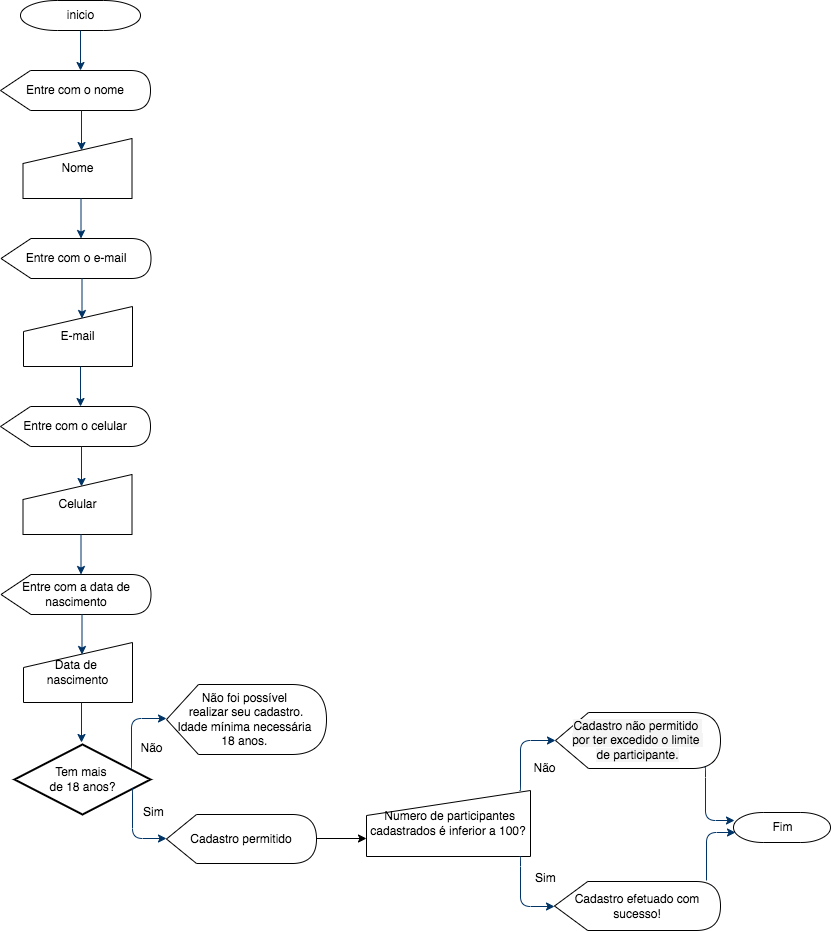
The draw.io diagram Fluxograma.png in AnaCastros2/PFS_T17_PFE_T11, before a commit. Source tidied: cells renumbered, new cells last; positions are measured from the earlier drawing's top-left corner, leaving out a move shared by most shapes.
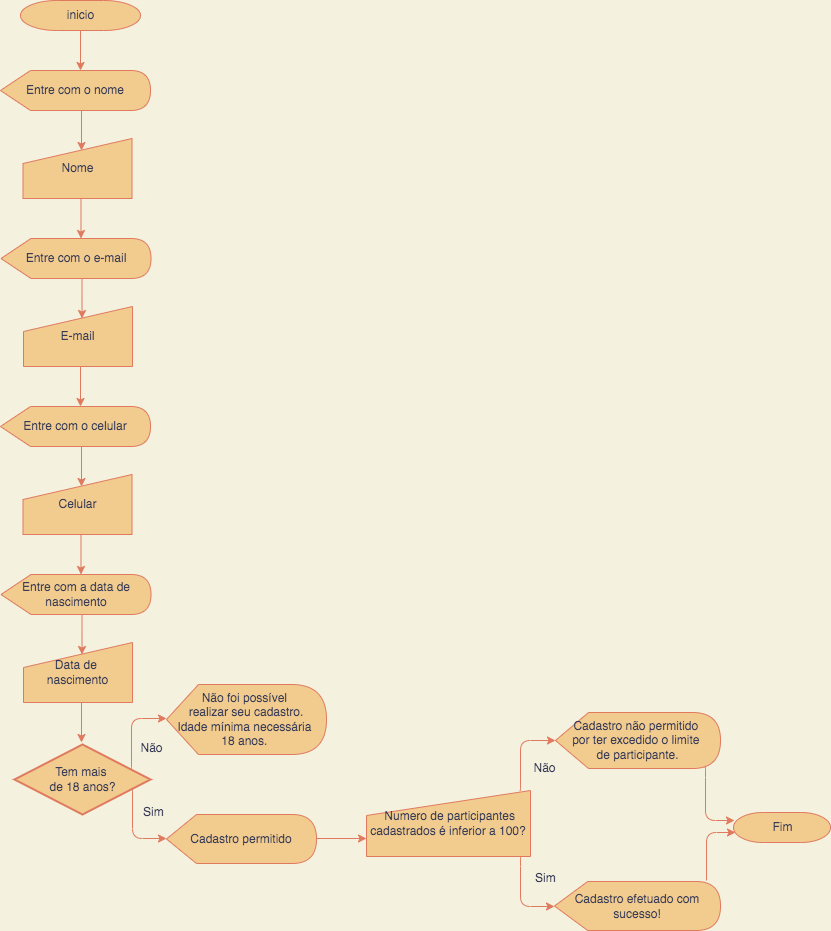
The same file after the commit.

The edit, as a diff of the source:
```diff
@@ -1,94 +1,94 @@
-<mxGraphModel>
+<mxGraphModel background="#F4F1DE">
   <root>
     <mxCell id="0" />
     <mxCell id="1" parent="0" />
-    <mxCell id="2" value="inicio" style="shape=mxgraph.flowchart.terminator;strokeWidth=1;gradientColor=none;gradientDirection=north;fontStyle=0;html=1;" parent="1" vertex="1">
+    <mxCell id="2" value="inicio" style="shape=mxgraph.flowchart.terminator;strokeWidth=1;gradientDirection=north;fontStyle=0;html=1;fillColor=#F2CC8F;strokeColor=#E07A5F;fontColor=#393C56;" parent="1" vertex="1">
       <mxGeometry x="20" width="120" height="30" as="geometry" />
     </mxCell>
-    <mxCell id="3" value="Tem mais &lt;br&gt;de 18 anos?" style="shape=mxgraph.flowchart.decision;strokeWidth=2;gradientColor=none;gradientDirection=north;fontStyle=0;html=1;" parent="1" vertex="1">
+    <mxCell id="3" value="Tem mais &lt;br&gt;de 18 anos?" style="shape=mxgraph.flowchart.decision;strokeWidth=2;gradientDirection=north;fontStyle=0;html=1;fillColor=#F2CC8F;strokeColor=#E07A5F;fontColor=#393C56;" parent="1" vertex="1">
       <mxGeometry x="14" y="744" width="136" height="70" as="geometry" />
     </mxCell>
-    <mxCell id="4" style="fontStyle=1;strokeColor=#003366;strokeWidth=1;html=1;" parent="1" edge="1" source="2">
+    <mxCell id="4" style="fontStyle=1;strokeColor=#E07A5F;strokeWidth=1;html=1;fontColor=#393C56;labelBackgroundColor=#F4F1DE;" parent="1" edge="1" source="2">
       <mxGeometry relative="1" as="geometry">
         <mxPoint x="80" y="70" as="targetPoint" />
       </mxGeometry>
     </mxCell>
-    <mxCell id="5" value="Sim" style="text;fontStyle=0;html=1;strokeColor=none;gradientColor=none;fillColor=none;strokeWidth=2;" parent="1" vertex="1">
+    <mxCell id="5" value="Sim" style="text;fontStyle=0;html=1;strokeColor=none;fillColor=none;strokeWidth=2;fontColor=#393C56;" parent="1" vertex="1">
       <mxGeometry x="141" y="798" width="40" height="26" as="geometry" />
     </mxCell>
-    <mxCell id="6" value="Não" style="text;fontStyle=0;html=1;strokeColor=none;gradientColor=none;fillColor=none;strokeWidth=2;align=center;" parent="1" vertex="1">
+    <mxCell id="6" value="Não" style="text;fontStyle=0;html=1;strokeColor=none;fillColor=none;strokeWidth=2;align=center;fontColor=#393C56;" parent="1" vertex="1">
       <mxGeometry x="131" y="734" width="40" height="26" as="geometry" />
     </mxCell>
-    <mxCell id="7" value="Entre com o nome" style="shape=display;whiteSpace=wrap;html=1;size=0.2;" parent="1" vertex="1">
+    <mxCell id="7" value="Entre com o nome" style="shape=display;whiteSpace=wrap;html=1;size=0.2;fillColor=#F2CC8F;strokeColor=#E07A5F;fontColor=#393C56;" parent="1" vertex="1">
       <mxGeometry y="70" width="150" height="40" as="geometry" />
     </mxCell>
-    <mxCell id="8" value="Nome" style="shape=manualInput;whiteSpace=wrap;html=1;size=25;" parent="1" vertex="1">
+    <mxCell id="8" value="Nome" style="shape=manualInput;whiteSpace=wrap;html=1;size=25;fillColor=#F2CC8F;strokeColor=#E07A5F;fontColor=#393C56;" parent="1" vertex="1">
       <mxGeometry x="22.5" y="138" width="109" height="60" as="geometry" />
     </mxCell>
-    <mxCell id="9" style="fontStyle=1;strokeColor=#003366;strokeWidth=1;html=1;" parent="1" edge="1">
+    <mxCell id="9" style="fontStyle=1;strokeColor=#E07A5F;strokeWidth=1;html=1;fontColor=#393C56;labelBackgroundColor=#F4F1DE;" parent="1" edge="1">
       <mxGeometry relative="1" as="geometry">
         <mxPoint x="81" y="110" as="sourcePoint" />
         <mxPoint x="81" y="150" as="targetPoint" />
       </mxGeometry>
     </mxCell>
-    <mxCell id="10" style="fontStyle=1;strokeColor=#003366;strokeWidth=1;html=1;" parent="1" edge="1">
+    <mxCell id="10" style="fontStyle=1;strokeColor=#E07A5F;strokeWidth=1;html=1;fontColor=#393C56;labelBackgroundColor=#F4F1DE;" parent="1" edge="1">
       <mxGeometry relative="1" as="geometry">
         <mxPoint x="80.5" y="198" as="sourcePoint" />
         <mxPoint x="80.5" y="238" as="targetPoint" />
       </mxGeometry>
     </mxCell>
-    <mxCell id="11" value="Entre com o e-mail" style="shape=display;whiteSpace=wrap;html=1;size=0.2;" parent="1" vertex="1">
+    <mxCell id="11" value="Entre com o e-mail" style="shape=display;whiteSpace=wrap;html=1;size=0.2;fillColor=#F2CC8F;strokeColor=#E07A5F;fontColor=#393C56;" parent="1" vertex="1">
       <mxGeometry x="0.5" y="238" width="150" height="40" as="geometry" />
     </mxCell>
-    <mxCell id="12" value="E-mail" style="shape=manualInput;whiteSpace=wrap;html=1;size=25;" parent="1" vertex="1">
+    <mxCell id="12" value="E-mail" style="shape=manualInput;whiteSpace=wrap;html=1;size=25;fillColor=#F2CC8F;strokeColor=#E07A5F;fontColor=#393C56;" parent="1" vertex="1">
       <mxGeometry x="23" y="306" width="109" height="60" as="geometry" />
     </mxCell>
-    <mxCell id="13" style="fontStyle=1;strokeColor=#003366;strokeWidth=1;html=1;" parent="1" edge="1">
+    <mxCell id="13" style="fontStyle=1;strokeColor=#E07A5F;strokeWidth=1;html=1;fontColor=#393C56;labelBackgroundColor=#F4F1DE;" parent="1" edge="1">
       <mxGeometry relative="1" as="geometry">
         <mxPoint x="81.5" y="278" as="sourcePoint" />
         <mxPoint x="81.5" y="318" as="targetPoint" />
       </mxGeometry>
     </mxCell>
-    <mxCell id="14" style="fontStyle=1;strokeColor=#003366;strokeWidth=1;html=1;" parent="1" edge="1">
+    <mxCell id="14" style="fontStyle=1;strokeColor=#E07A5F;strokeWidth=1;html=1;fontColor=#393C56;labelBackgroundColor=#F4F1DE;" parent="1" edge="1">
       <mxGeometry relative="1" as="geometry">
         <mxPoint x="80" y="366" as="sourcePoint" />
         <mxPoint x="80" y="406" as="targetPoint" />
       </mxGeometry>
     </mxCell>
-    <mxCell id="15" value="Entre com o celular" style="shape=display;whiteSpace=wrap;html=1;size=0.2;" parent="1" vertex="1">
+    <mxCell id="15" value="Entre com o celular" style="shape=display;whiteSpace=wrap;html=1;size=0.2;fillColor=#F2CC8F;strokeColor=#E07A5F;fontColor=#393C56;" parent="1" vertex="1">
       <mxGeometry y="406" width="150" height="40" as="geometry" />
     </mxCell>
-    <mxCell id="16" value="Celular" style="shape=manualInput;whiteSpace=wrap;html=1;size=25;" parent="1" vertex="1">
+    <mxCell id="16" value="Celular" style="shape=manualInput;whiteSpace=wrap;html=1;size=25;fillColor=#F2CC8F;strokeColor=#E07A5F;fontColor=#393C56;" parent="1" vertex="1">
       <mxGeometry x="22.5" y="474" width="109" height="60" as="geometry" />
     </mxCell>
-    <mxCell id="17" style="fontStyle=1;strokeColor=#003366;strokeWidth=1;html=1;" parent="1" edge="1">
+    <mxCell id="17" style="fontStyle=1;strokeColor=#E07A5F;strokeWidth=1;html=1;fontColor=#393C56;labelBackgroundColor=#F4F1DE;" parent="1" edge="1">
       <mxGeometry relative="1" as="geometry">
         <mxPoint x="81" y="446" as="sourcePoint" />
         <mxPoint x="81" y="486" as="targetPoint" />
       </mxGeometry>
     </mxCell>
-    <mxCell id="18" style="fontStyle=1;strokeColor=#003366;strokeWidth=1;html=1;" parent="1" edge="1">
+    <mxCell id="18" style="fontStyle=1;strokeColor=#E07A5F;strokeWidth=1;html=1;fontColor=#393C56;labelBackgroundColor=#F4F1DE;" parent="1" edge="1">
       <mxGeometry relative="1" as="geometry">
         <mxPoint x="80.5" y="534" as="sourcePoint" />
         <mxPoint x="80.5" y="574" as="targetPoint" />
       </mxGeometry>
     </mxCell>
-    <mxCell id="19" value="Entre com a data de nascimento" style="shape=display;whiteSpace=wrap;html=1;size=0.2;" parent="1" vertex="1">
+    <mxCell id="19" value="Entre com a data de nascimento" style="shape=display;whiteSpace=wrap;html=1;size=0.2;fillColor=#F2CC8F;strokeColor=#E07A5F;fontColor=#393C56;" parent="1" vertex="1">
       <mxGeometry x="0.5" y="574" width="150" height="40" as="geometry" />
     </mxCell>
-    <mxCell id="20" value="Data de &lt;br&gt;nascimento" style="shape=manualInput;whiteSpace=wrap;html=1;size=25;" parent="1" vertex="1">
+    <mxCell id="20" value="Data de &lt;br&gt;nascimento" style="shape=manualInput;whiteSpace=wrap;html=1;size=25;fillColor=#F2CC8F;strokeColor=#E07A5F;fontColor=#393C56;" parent="1" vertex="1">
       <mxGeometry x="23" y="642" width="109" height="60" as="geometry" />
     </mxCell>
-    <mxCell id="21" style="fontStyle=1;strokeColor=#003366;strokeWidth=1;html=1;" parent="1" edge="1">
+    <mxCell id="21" style="fontStyle=1;strokeColor=#E07A5F;strokeWidth=1;html=1;fontColor=#393C56;labelBackgroundColor=#F4F1DE;" parent="1" edge="1">
       <mxGeometry relative="1" as="geometry">
         <mxPoint x="81.5" y="614" as="sourcePoint" />
         <mxPoint x="81.5" y="654" as="targetPoint" />
       </mxGeometry>
     </mxCell>
-    <mxCell id="22" value="Não foi possível &lt;br&gt;realizar seu cadastro.&lt;br&gt;Idade mínima necessária &lt;br&gt;18 anos.&amp;nbsp;" style="shape=display;whiteSpace=wrap;html=1;size=0.2;" parent="1" vertex="1">
+    <mxCell id="22" value="Não foi possível &lt;br&gt;realizar seu cadastro.&lt;br&gt;Idade mínima necessária &lt;br&gt;18 anos.&amp;nbsp;" style="shape=display;whiteSpace=wrap;html=1;size=0.2;fillColor=#F2CC8F;strokeColor=#E07A5F;fontColor=#393C56;" parent="1" vertex="1">
       <mxGeometry x="166" y="684" width="160" height="70" as="geometry" />
     </mxCell>
-    <mxCell id="23" style="edgeStyle=elbowEdgeStyle;elbow=horizontal;exitX=1;exitY=0.5;exitPerimeter=0;fontStyle=1;strokeColor=#003366;strokeWidth=1;html=1;" parent="1" edge="1">
+    <mxCell id="23" style="edgeStyle=elbowEdgeStyle;elbow=horizontal;exitX=1;exitY=0.5;exitPerimeter=0;fontStyle=1;strokeColor=#E07A5F;strokeWidth=1;html=1;fontColor=#393C56;labelBackgroundColor=#F4F1DE;" parent="1" edge="1">
       <mxGeometry x="362" y="658.5" as="geometry">
         <mxPoint x="130" y="768" as="sourcePoint" />
         <mxPoint x="166" y="718" as="targetPoint" />
@@ -97,10 +97,10 @@
         </Array>
       </mxGeometry>
     </mxCell>
-    <mxCell id="24" value="Cadastro permitido" style="shape=display;whiteSpace=wrap;html=1;size=0.2;" parent="1" vertex="1">
+    <mxCell id="24" value="Cadastro permitido" style="shape=display;whiteSpace=wrap;html=1;size=0.2;fillColor=#F2CC8F;strokeColor=#E07A5F;fontColor=#393C56;" parent="1" vertex="1">
       <mxGeometry x="166" y="814" width="150" height="49" as="geometry" />
     </mxCell>
-    <mxCell id="25" style="edgeStyle=elbowEdgeStyle;elbow=horizontal;exitX=1;exitY=0.5;exitPerimeter=0;fontStyle=1;strokeColor=#003366;strokeWidth=1;html=1;" parent="1" edge="1">
+    <mxCell id="25" style="edgeStyle=elbowEdgeStyle;elbow=horizontal;exitX=1;exitY=0.5;exitPerimeter=0;fontStyle=1;strokeColor=#E07A5F;strokeWidth=1;html=1;fontColor=#393C56;labelBackgroundColor=#F4F1DE;" parent="1" edge="1">
       <mxGeometry x="363" y="678.5" as="geometry">
         <mxPoint x="131" y="788" as="sourcePoint" />
         <mxPoint x="166" y="838" as="targetPoint" />
@@ -109,19 +109,19 @@
         </Array>
       </mxGeometry>
     </mxCell>
-    <mxCell id="26" value="&amp;nbsp;Numero de participantes cadastrados é inferior a 100?" style="shape=manualInput;whiteSpace=wrap;html=1;size=25;" parent="1" vertex="1">
+    <mxCell id="26" value="&amp;nbsp;Numero de participantes cadastrados é inferior a 100?" style="shape=manualInput;whiteSpace=wrap;html=1;size=25;fillColor=#F2CC8F;strokeColor=#E07A5F;fontColor=#393C56;" parent="1" vertex="1">
       <mxGeometry x="366" y="790" width="164" height="66" as="geometry" />
     </mxCell>
-    <mxCell id="27" value="&lt;span style=&quot;box-sizing: border-box; text-align: left; background-color: rgb(245, 244, 245);&quot;&gt;&lt;font style=&quot;font-size: 12px;&quot;&gt;Cadastro não permitido &lt;br&gt;por ter excedido o limite &lt;br&gt;de participante.&lt;/font&gt;&lt;/span&gt;" style="shape=display;whiteSpace=wrap;html=1;size=0.2;" parent="1" vertex="1">
+    <mxCell id="27" value="&lt;span style=&quot;box-sizing: border-box; text-align: left;&quot;&gt;&lt;font style=&quot;font-size: 12px;&quot;&gt;Cadastro não permitido &lt;br&gt;por ter excedido o limite &lt;br&gt;de participante.&lt;/font&gt;&lt;/span&gt;" style="shape=display;whiteSpace=wrap;html=1;size=0.2;fillColor=#F2CC8F;strokeColor=#E07A5F;fontColor=#393C56;" parent="1" vertex="1">
       <mxGeometry x="555" y="712" width="165" height="56" as="geometry" />
     </mxCell>
-    <mxCell id="28" style="fontStyle=1;strokeColor=#003366;strokeWidth=1;html=1;" parent="1" edge="1">
+    <mxCell id="28" style="fontStyle=1;strokeColor=#E07A5F;strokeWidth=1;html=1;fontColor=#393C56;labelBackgroundColor=#F4F1DE;" parent="1" edge="1">
       <mxGeometry relative="1" as="geometry">
         <mxPoint x="81" y="702" as="sourcePoint" />
         <mxPoint x="81" y="742" as="targetPoint" />
       </mxGeometry>
     </mxCell>
-    <mxCell id="29" style="edgeStyle=elbowEdgeStyle;elbow=horizontal;exitX=1;exitY=0.5;exitPerimeter=0;fontStyle=1;strokeColor=#003366;strokeWidth=1;html=1;" parent="1" edge="1">
+    <mxCell id="29" style="edgeStyle=elbowEdgeStyle;elbow=horizontal;exitX=1;exitY=0.5;exitPerimeter=0;fontStyle=1;strokeColor=#E07A5F;strokeWidth=1;html=1;fontColor=#393C56;labelBackgroundColor=#F4F1DE;" parent="1" edge="1">
       <mxGeometry x="751" y="746.5" as="geometry">
         <mxPoint x="519" y="856" as="sourcePoint" />
         <mxPoint x="554" y="906" as="targetPoint" />
@@ -130,7 +130,7 @@
         </Array>
       </mxGeometry>
     </mxCell>
-    <mxCell id="30" style="edgeStyle=elbowEdgeStyle;elbow=horizontal;exitX=1;exitY=0.5;exitPerimeter=0;fontStyle=1;strokeColor=#003366;strokeWidth=1;html=1;" parent="1" edge="1">
+    <mxCell id="30" style="edgeStyle=elbowEdgeStyle;elbow=horizontal;exitX=1;exitY=0.5;exitPerimeter=0;fontStyle=1;strokeColor=#E07A5F;strokeWidth=1;html=1;fontColor=#393C56;labelBackgroundColor=#F4F1DE;" parent="1" edge="1">
       <mxGeometry x="751" y="680.5" as="geometry">
         <mxPoint x="519" y="790" as="sourcePoint" />
         <mxPoint x="555" y="740" as="targetPoint" />
@@ -139,25 +139,25 @@
         </Array>
       </mxGeometry>
     </mxCell>
-    <mxCell id="31" style="endArrow=classic;html=1;rounded=0;fontFamily=Helvetica;fontSize=12;fontColor=#000000;" parent="1" edge="1">
+    <mxCell id="31" style="endArrow=classic;html=1;rounded=0;fontFamily=Helvetica;fontSize=12;fontColor=#393C56;strokeColor=#E07A5F;labelBackgroundColor=#F4F1DE;" parent="1" edge="1">
       <mxGeometry relative="1" as="geometry">
         <mxPoint x="316" y="838" as="sourcePoint" />
         <mxPoint x="366" y="838" as="targetPoint" />
       </mxGeometry>
     </mxCell>
-    <mxCell id="32" value="Não" style="text;fontStyle=0;html=1;strokeColor=none;gradientColor=none;fillColor=none;strokeWidth=2;align=center;" parent="1" vertex="1">
+    <mxCell id="32" value="Não" style="text;fontStyle=0;html=1;strokeColor=none;fillColor=none;strokeWidth=2;align=center;fontColor=#393C56;" parent="1" vertex="1">
       <mxGeometry x="524" y="754" width="40" height="26" as="geometry" />
     </mxCell>
-    <mxCell id="33" value="Sim" style="text;fontStyle=0;html=1;strokeColor=none;gradientColor=none;fillColor=none;strokeWidth=2;" parent="1" vertex="1">
+    <mxCell id="33" value="Sim" style="text;fontStyle=0;html=1;strokeColor=none;fillColor=none;strokeWidth=2;fontColor=#393C56;" parent="1" vertex="1">
       <mxGeometry x="533" y="864" width="40" height="26" as="geometry" />
     </mxCell>
-    <mxCell id="34" value="Cadastro efetuado com sucesso!" style="shape=display;whiteSpace=wrap;html=1;size=0.2;" parent="1" vertex="1">
+    <mxCell id="34" value="Cadastro efetuado com sucesso!" style="shape=display;whiteSpace=wrap;html=1;size=0.2;fillColor=#F2CC8F;strokeColor=#E07A5F;fontColor=#393C56;" parent="1" vertex="1">
       <mxGeometry x="554" y="881" width="166" height="49" as="geometry" />
     </mxCell>
-    <mxCell id="35" value="Fim" style="shape=mxgraph.flowchart.terminator;strokeWidth=1;gradientColor=none;gradientDirection=north;fontStyle=0;html=1;" parent="1" vertex="1">
+    <mxCell id="35" value="Fim" style="shape=mxgraph.flowchart.terminator;strokeWidth=1;gradientDirection=north;fontStyle=0;html=1;fillColor=#F2CC8F;strokeColor=#E07A5F;fontColor=#393C56;" parent="1" vertex="1">
       <mxGeometry x="733" y="812" width="97" height="30" as="geometry" />
     </mxCell>
-    <mxCell id="36" style="edgeStyle=elbowEdgeStyle;elbow=horizontal;exitX=1;exitY=0.5;exitPerimeter=0;fontStyle=1;strokeColor=#003366;strokeWidth=1;html=1;" parent="1" edge="1">
+    <mxCell id="36" style="edgeStyle=elbowEdgeStyle;elbow=horizontal;exitX=1;exitY=0.5;exitPerimeter=0;fontStyle=1;strokeColor=#E07A5F;strokeWidth=1;html=1;fontColor=#393C56;labelBackgroundColor=#F4F1DE;" parent="1" edge="1">
       <mxGeometry x="936" y="657.5" as="geometry">
         <mxPoint x="704" y="767" as="sourcePoint" />
         <mxPoint x="734" y="820" as="targetPoint" />
@@ -166,10 +166,10 @@
         </Array>
       </mxGeometry>
     </mxCell>
-    <mxCell id="37" style="edgeStyle=orthogonalEdgeStyle;rounded=0;orthogonalLoop=1;jettySize=auto;html=1;exitX=0.5;exitY=1;exitDx=0;exitDy=0;exitPerimeter=0;fontFamily=Helvetica;fontSize=12;fontColor=#000000;" parent="1" edge="1" source="35" target="35">
+    <mxCell id="37" style="edgeStyle=orthogonalEdgeStyle;rounded=0;orthogonalLoop=1;jettySize=auto;html=1;exitX=0.5;exitY=1;exitDx=0;exitDy=0;exitPerimeter=0;fontFamily=Helvetica;fontSize=12;fontColor=#393C56;strokeColor=#E07A5F;labelBackgroundColor=#F4F1DE;" parent="1" edge="1" source="35" target="35">
       <mxGeometry relative="1" as="geometry" />
     </mxCell>
-    <mxCell id="38" style="edgeStyle=elbowEdgeStyle;elbow=horizontal;fontStyle=1;strokeColor=#003366;strokeWidth=1;html=1;" parent="1" edge="1">
+    <mxCell id="38" style="edgeStyle=elbowEdgeStyle;elbow=horizontal;fontStyle=1;strokeColor=#E07A5F;strokeWidth=1;html=1;fontColor=#393C56;labelBackgroundColor=#F4F1DE;" parent="1" edge="1">
       <mxGeometry x="937" y="682.5" as="geometry">
         <mxPoint x="706" y="880" as="sourcePoint" />
         <mxPoint x="735" y="832" as="targetPoint" />
```
